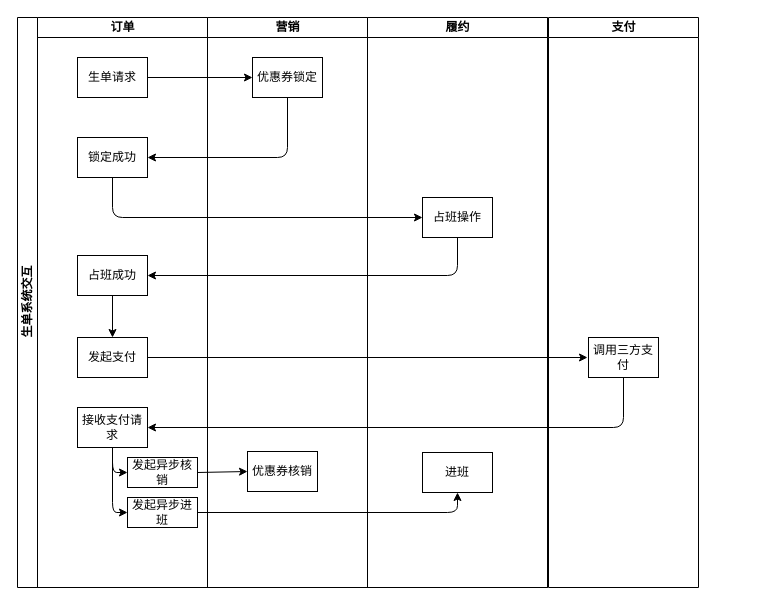
majingyuan/algorithm keeps this draw.io diagram as Untitled Diagram.drawio. Above is the earlier version. Source tidied: cells renumbered, new cells numbered last; positions are measured from the earlier drawing's top-left corner, leaving out a move shared by most shapes. Both pictures are drawn from the tidied source at 100%, with x=0, y=0 at pixel (17, 17).
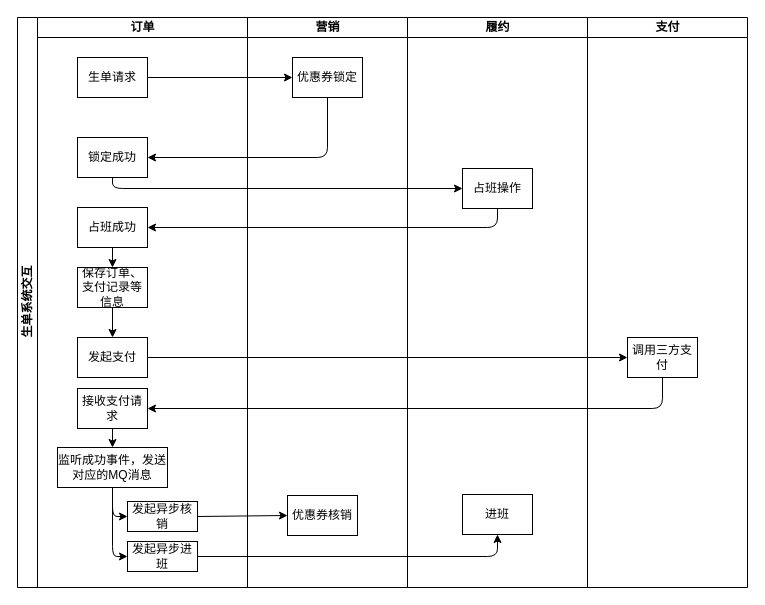
After the change.

The change refers to these unchanged cells:
```xml
<mxCell id="6" value="锁定成功" style="rounded=0;whiteSpace=wrap;html=1;" parent="4" vertex="1">
  <mxGeometry x="40" y="120" width="70" height="40" as="geometry" />
</mxCell>
<mxCell id="8" value="发起支付" style="rounded=0;whiteSpace=wrap;html=1;" parent="4" vertex="1">
  <mxGeometry x="40" y="320" width="70" height="40" as="geometry" />
</mxCell>
<mxCell id="29" value="调用三方支付" style="rounded=0;whiteSpace=wrap;html=1;" parent="28" vertex="1">
  <mxGeometry x="40" y="320" width="70" height="40" as="geometry" />
</mxCell>
```

Change to the diagram source:
```diff
@@
+    <mxCell id="19" value="履约" style="swimlane;html=1;startSize=20;" parent="1" vertex="1">
+      <mxGeometry x="390" width="180" height="570" as="geometry" />
+    </mxCell>
+    <mxCell id="20" value="占班操作" style="rounded=0;whiteSpace=wrap;html=1;" parent="19" vertex="1">
+      <mxGeometry x="55" y="151" width="70" height="40" as="geometry" />
+    </mxCell>
+    <mxCell id="21" value="进班" style="rounded=0;whiteSpace=wrap;html=1;" parent="19" vertex="1">
+      <mxGeometry x="55" y="477" width="70" height="40" as="geometry" />
+    </mxCell>
+    <mxCell id="16" value="营销" style="swimlane;html=1;startSize=20;" parent="1" vertex="1">
+      <mxGeometry x="230" width="160" height="570" as="geometry" />
+    </mxCell>
+    <mxCell id="17" value="优惠券锁定" style="rounded=0;whiteSpace=wrap;html=1;" parent="16" vertex="1">
+      <mxGeometry x="45" y="40" width="70" height="40" as="geometry" />
+    </mxCell>
+    <mxCell id="18" value="优惠券核销" style="rounded=0;whiteSpace=wrap;html=1;" parent="16" vertex="1">
+      <mxGeometry x="40" y="478" width="70" height="40" as="geometry" />
+    </mxCell>
@@
     <mxCell id="3" value="生单系统交互" style="swimlane;html=1;startSize=20;horizontal=0;" parent="2" vertex="1">
-      <mxGeometry width="530" height="570" as="geometry" />
+      <mxGeometry width="230" height="570" as="geometry" />
     </mxCell>
     <mxCell id="4" value="订单" style="swimlane;html=1;startSize=20;" parent="3" vertex="1">
-      <mxGeometry x="20" width="170" height="570" as="geometry" />
+      <mxGeometry x="20" width="210" height="570" as="geometry" />
     </mxCell>
@@
     <mxCell id="7" value="占班成功" style="rounded=0;whiteSpace=wrap;html=1;" parent="4" vertex="1">
-      <mxGeometry x="40" y="238" width="70" height="40" as="geometry" />
+      <mxGeometry x="40" y="190" width="70" height="40" as="geometry" />
     </mxCell>
@@
-    <mxCell id="9" style="endArrow=classic;html=1;exitX=0.5;exitY=1;exitDx=0;exitDy=0;entryX=0.5;entryY=0;entryDx=0;entryDy=0;" parent="4" edge="1" source="7" target="8">
+    <mxCell id="9" style="endArrow=classic;html=1;exitX=0.5;exitY=1;exitDx=0;exitDy=0;entryX=0.5;entryY=0;entryDx=0;entryDy=0;" parent="4" edge="1" source="7" target="31">
       <mxGeometry relative="1" as="geometry" />
     </mxCell>
-    <mxCell id="10" style="endArrow=classic;html=1;exitX=1;exitY=0.5;exitDx=0;exitDy=0;" parent="4" edge="1" source="8">
-      <mxGeometry relative="1" as="geometry">
-        <mxPoint x="550" y="340" as="targetPoint" />
-      </mxGeometry>
-    </mxCell>
     <mxCell id="11" value="接收支付请求" style="rounded=0;whiteSpace=wrap;html=1;" parent="4" vertex="1">
-      <mxGeometry x="40" y="390" width="70" height="40" as="geometry" />
+      <mxGeometry x="40" y="371" width="70" height="40" as="geometry" />
     </mxCell>
     <mxCell id="12" value="发起异步核销" style="rounded=0;whiteSpace=wrap;html=1;" parent="4" vertex="1">
-      <mxGeometry x="90" y="440" width="70" height="30" as="geometry" />
+      <mxGeometry x="90" y="484" width="70" height="30" as="geometry" />
     </mxCell>
     <mxCell id="13" value="发起异步进班" style="rounded=0;whiteSpace=wrap;html=1;" parent="4" vertex="1">
-      <mxGeometry x="90" y="480" width="70" height="30" as="geometry" />
+      <mxGeometry x="90" y="524" width="70" height="30" as="geometry" />
     </mxCell>
-    <mxCell id="14" style="endArrow=classic;html=1;exitX=0.5;exitY=1;exitDx=0;exitDy=0;entryX=0;entryY=0.5;entryDx=0;entryDy=0;" parent="4" edge="1" source="11" target="12">
+    <mxCell id="14" style="endArrow=classic;html=1;exitX=0.5;exitY=1;exitDx=0;exitDy=0;entryX=0;entryY=0.5;entryDx=0;entryDy=0;" parent="4" edge="1" source="33" target="12">
       <mxGeometry relative="1" as="geometry">
         <Array as="points">
-          <mxPoint x="75" y="455" />
+          <mxPoint x="75" y="499" />
         </Array>
       </mxGeometry>
     </mxCell>
-    <mxCell id="15" style="endArrow=classic;html=1;exitX=0.5;exitY=1;exitDx=0;exitDy=0;entryX=0;entryY=0.5;entryDx=0;entryDy=0;" parent="4" edge="1" source="11" target="13">
+    <mxCell id="15" style="endArrow=classic;html=1;exitX=0.5;exitY=1;exitDx=0;exitDy=0;entryX=0;entryY=0.5;entryDx=0;entryDy=0;" parent="4" edge="1" source="33" target="13">
       <mxGeometry relative="1" as="geometry">
         <Array as="points">
-          <mxPoint x="75" y="495" />
+          <mxPoint x="75" y="539" />
         </Array>
       </mxGeometry>
     </mxCell>
-    <mxCell id="16" value="营销" style="swimlane;html=1;startSize=20;" parent="3" vertex="1">
-      <mxGeometry x="190" width="160" height="570" as="geometry" />
-    </mxCell>
-    <mxCell id="17" value="优惠券锁定" style="rounded=0;whiteSpace=wrap;html=1;" parent="16" vertex="1">
-      <mxGeometry x="45" y="40" width="70" height="40" as="geometry" />
-    </mxCell>
-    <mxCell id="18" value="优惠券核销" style="rounded=0;whiteSpace=wrap;html=1;" parent="16" vertex="1">
-      <mxGeometry x="40" y="434" width="70" height="40" as="geometry" />
-    </mxCell>
-    <mxCell id="19" value="履约" style="swimlane;html=1;startSize=20;" parent="3" vertex="1">
-      <mxGeometry x="350" width="180" height="570" as="geometry" />
-    </mxCell>
-    <mxCell id="20" value="占班操作" style="rounded=0;whiteSpace=wrap;html=1;" parent="19" vertex="1">
-      <mxGeometry x="55" y="180" width="70" height="40" as="geometry" />
-    </mxCell>
-    <mxCell id="21" value="进班" style="rounded=0;whiteSpace=wrap;html=1;" parent="19" vertex="1">
-      <mxGeometry x="55" y="435" width="70" height="40" as="geometry" />
-    </mxCell>
+    <mxCell id="31" value="保存订单、支付记录等信息" style="rounded=0;whiteSpace=wrap;html=1;" parent="4" vertex="1">
+      <mxGeometry x="40" y="250" width="70" height="40" as="geometry" />
+    </mxCell>
+    <mxCell id="32" style="endArrow=classic;html=1;exitX=0.5;exitY=1;exitDx=0;exitDy=0;entryX=0.5;entryY=0;entryDx=0;entryDy=0;" parent="4" edge="1" source="31" target="8">
+      <mxGeometry relative="1" as="geometry" />
+    </mxCell>
+    <mxCell id="33" value="监听成功事件，发送对应的MQ消息" style="rounded=0;whiteSpace=wrap;html=1;" parent="4" vertex="1">
+      <mxGeometry x="20" y="430" width="110" height="40" as="geometry" />
+    </mxCell>
+    <mxCell id="34" style="endArrow=classic;html=1;exitX=0.5;exitY=1;exitDx=0;exitDy=0;entryX=0.5;entryY=0;entryDx=0;entryDy=0;" parent="4" edge="1" source="11" target="33">
+      <mxGeometry relative="1" as="geometry" />
+    </mxCell>
@@
     <mxCell id="23" style="endArrow=classic;html=1;exitX=0.5;exitY=1;exitDx=0;exitDy=0;entryX=1;entryY=0.5;entryDx=0;entryDy=0;" parent="3" edge="1" source="17" target="6">
       <mxGeometry relative="1" as="geometry">
         <Array as="points">
-          <mxPoint x="270" y="140" />
+          <mxPoint x="310" y="140" />
         </Array>
       </mxGeometry>
     </mxCell>
     <mxCell id="24" style="endArrow=classic;html=1;exitX=0.5;exitY=1;exitDx=0;exitDy=0;entryX=0;entryY=0.5;entryDx=0;entryDy=0;" parent="3" edge="1" source="6" target="20">
       <mxGeometry relative="1" as="geometry">
         <Array as="points">
-          <mxPoint x="95" y="200" />
+          <mxPoint x="95" y="171" />
         </Array>
       </mxGeometry>
     </mxCell>
-    <mxCell id="25" style="endArrow=classic;html=1;exitX=0.5;exitY=1;exitDx=0;exitDy=0;entryX=1;entryY=0.5;entryDx=0;entryDy=0;" parent="3" edge="1" source="20" target="7">
+    <mxCell id="25" style="endArrow=classic;html=1;entryX=1;entryY=0.5;entryDx=0;entryDy=0;exitX=0.5;exitY=1;exitDx=0;exitDy=0;" parent="3" edge="1" source="20" target="7">
       <mxGeometry relative="1" as="geometry">
         <Array as="points">
-          <mxPoint x="440" y="258" />
+          <mxPoint x="480" y="210" />
         </Array>
       </mxGeometry>
     </mxCell>
@@
     <mxCell id="27" style="endArrow=classic;html=1;exitX=1;exitY=0.5;exitDx=0;exitDy=0;entryX=0.5;entryY=1;entryDx=0;entryDy=0;" parent="3" edge="1" source="13" target="21">
       <mxGeometry relative="1" as="geometry">
         <Array as="points">
-          <mxPoint x="440" y="495" />
+          <mxPoint x="480" y="539" />
         </Array>
       </mxGeometry>
     </mxCell>
     <mxCell id="28" value="支付" style="swimlane;html=1;startSize=20;" parent="2" vertex="1">
-      <mxGeometry x="531" width="150" height="570" as="geometry" />
+      <mxGeometry x="570" width="160" height="570" as="geometry" />
     </mxCell>
@@
     <mxCell id="30" style="endArrow=classic;html=1;exitX=0.5;exitY=1;exitDx=0;exitDy=0;entryX=1;entryY=0.5;entryDx=0;entryDy=0;" parent="2" edge="1" source="29" target="11">
       <mxGeometry relative="1" as="geometry">
         <Array as="points">
-          <mxPoint x="606" y="410" />
+          <mxPoint x="645" y="391" />
         </Array>
       </mxGeometry>
     </mxCell>
+    <mxCell id="10" style="endArrow=classic;html=1;exitX=1;exitY=0.5;exitDx=0;exitDy=0;entryX=0;entryY=0.5;entryDx=0;entryDy=0;" parent="2" edge="1" source="8" target="29">
+      <mxGeometry relative="1" as="geometry" />
+    </mxCell>
```
